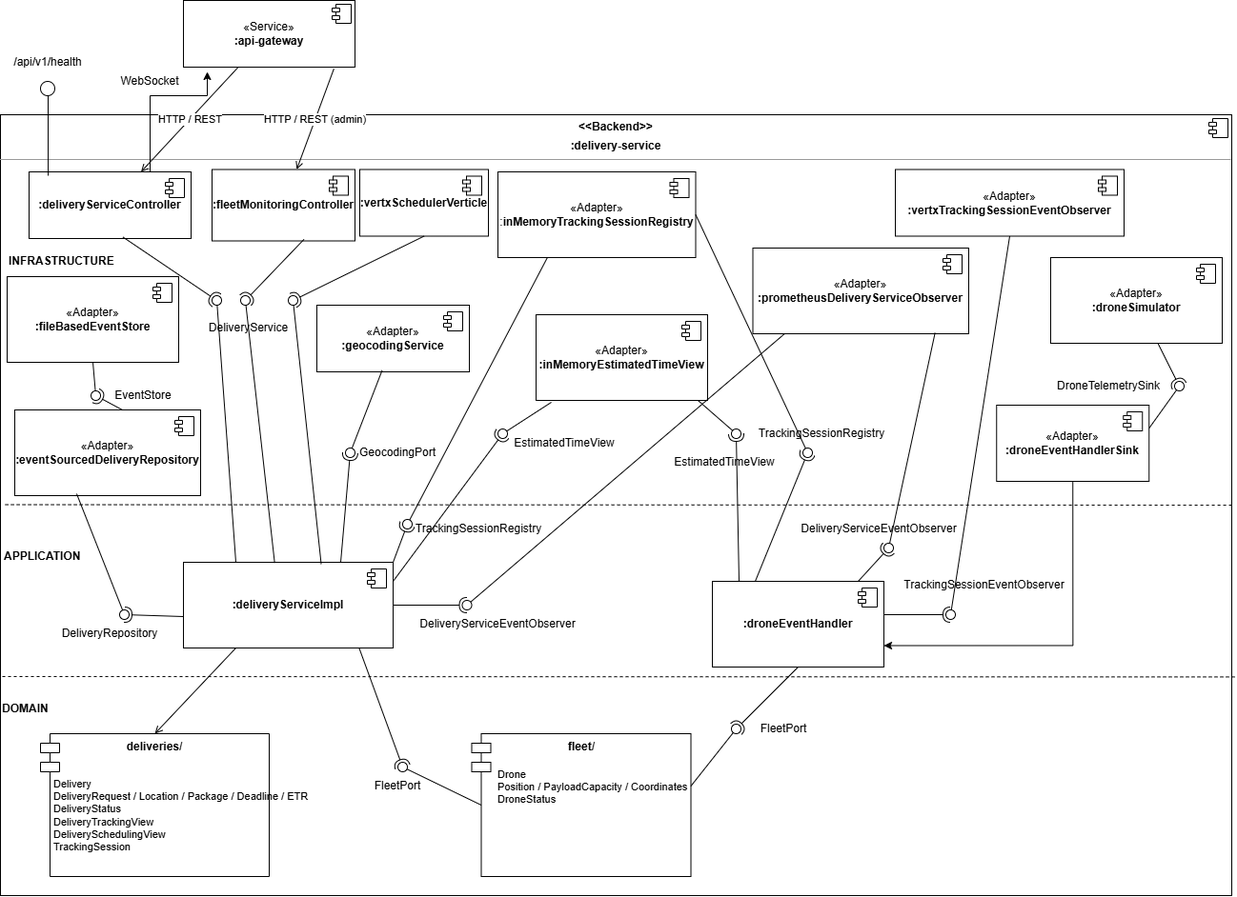
MarcoMoro10/SAP-Assignment2 keeps this draw.io diagram as doc/delivery_service_v2.drawio.png. Above is the earlier version. Source tidied: cells renumbered, new cells last; positions are measured from the earlier drawing's top-left corner, leaving out a move shared by most shapes.
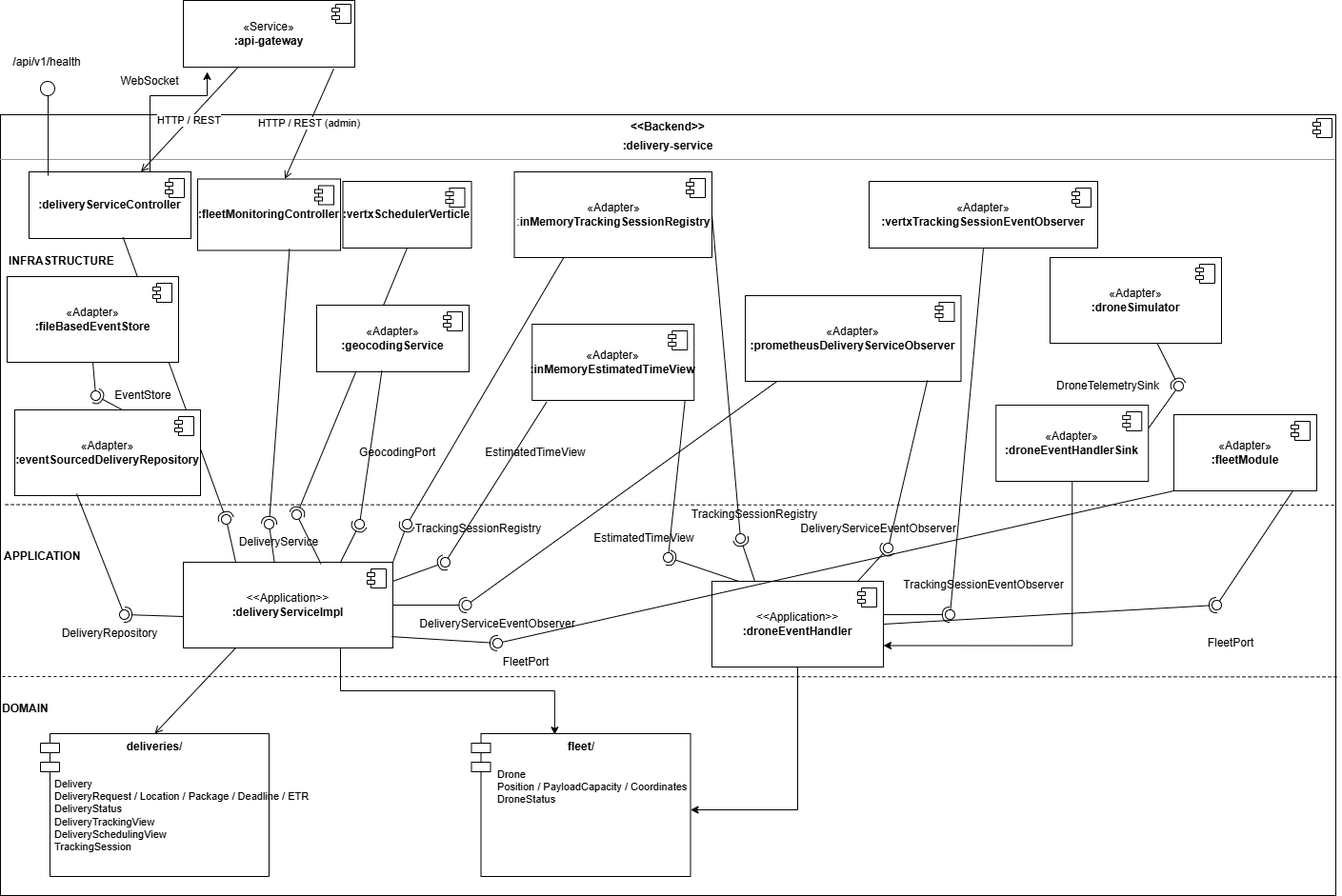
Later version of the same file.

What changed in the source:
```diff
@@ -11,7 +11,7 @@
       </mxGeometry>
     </mxCell>
     <mxCell id="4" value="&lt;p style=&quot;margin:0px;margin-top:6px;text-align:center;&quot;&gt;&lt;b&gt;&amp;lt;&amp;lt;Backend&amp;gt;&amp;gt;&lt;/b&gt;&lt;/p&gt;&lt;p style=&quot;margin:0px;margin-top:6px;text-align:center;&quot;&gt;&lt;b&gt;:delivery-service&lt;/b&gt;&lt;/p&gt;&lt;hr size=&quot;1&quot;&gt;" style="align=left;overflow=fill;html=1;whiteSpace=wrap;verticalAlign=top;" parent="1" vertex="1">
-      <mxGeometry y="120" width="1292" height="820" as="geometry" />
+      <mxGeometry y="120" width="1402" height="820" as="geometry" />
     </mxCell>
     <mxCell id="5" style="shape=component;jettyWidth=8;jettyHeight=4;" parent="4" vertex="1">
       <mxGeometry x="1" width="20" height="20" relative="1" as="geometry">
@@ -46,7 +46,7 @@
       </mxGeometry>
     </mxCell>
     <mxCell id="13" value="&lt;b&gt;:fleetMonitoringController&lt;/b&gt;" style="html=1;whiteSpace=wrap;fontColor=#000000;" parent="1" vertex="1">
-      <mxGeometry x="222" y="177.5" width="150" height="75" as="geometry" />
+      <mxGeometry x="207" y="187.5" width="150" height="75" as="geometry" />
     </mxCell>
     <mxCell id="14" style="shape=module;jettyWidth=8;jettyHeight=4;" parent="13" vertex="1">
       <mxGeometry x="1" width="20" height="20" relative="1" as="geometry">
@@ -54,7 +54,7 @@
       </mxGeometry>
     </mxCell>
     <mxCell id="15" value="&lt;b&gt;:vertxSchedulerVerticle&lt;/b&gt;" style="html=1;whiteSpace=wrap;fontColor=#000000;" parent="1" vertex="1">
-      <mxGeometry x="377" y="177.5" width="135" height="70" as="geometry" />
+      <mxGeometry x="359.5" y="190" width="135" height="70" as="geometry" />
     </mxCell>
     <mxCell id="16" style="shape=module;jettyWidth=8;jettyHeight=4;" parent="15" vertex="1">
       <mxGeometry x="1" width="20" height="20" relative="1" as="geometry">
@@ -62,14 +62,14 @@
       </mxGeometry>
     </mxCell>
     <mxCell id="17" value="«Adapter»&lt;br&gt;&lt;b&gt;:vertxTrackingSessionEventObserver&lt;/b&gt;" style="html=1;whiteSpace=wrap;fontColor=#000000;" parent="1" vertex="1">
-      <mxGeometry x="939" y="177.5" width="240" height="70" as="geometry" />
+      <mxGeometry x="912" y="190" width="240" height="70" as="geometry" />
     </mxCell>
     <mxCell id="18" style="shape=module;jettyWidth=8;jettyHeight=4;" parent="17" vertex="1">
       <mxGeometry x="1" width="20" height="20" relative="1" as="geometry">
         <mxPoint x="-27" y="7" as="offset" />
       </mxGeometry>
     </mxCell>
-    <mxCell id="19" value="&lt;b&gt;:deliveryServiceImpl&lt;/b&gt;" style="html=1;whiteSpace=wrap;fontColor=#000000;" parent="1" vertex="1">
+    <mxCell id="19" value="&lt;div&gt;&amp;lt;&amp;lt;Application&amp;gt;&amp;gt;&lt;/div&gt;&lt;b&gt;:deliveryServiceImpl&lt;/b&gt;" style="html=1;whiteSpace=wrap;fontColor=#000000;" parent="1" vertex="1">
       <mxGeometry x="192" y="590" width="220" height="90" as="geometry" />
     </mxCell>
     <mxCell id="20" style="shape=module;jettyWidth=8;jettyHeight=4;" parent="19" vertex="1">
@@ -87,7 +87,7 @@
       <mxGeometry x="577" y="630" width="10" height="10" as="geometry" />
     </mxCell>
     <mxCell id="24" value="DeliveryService" style="text;html=1;align=center;" parent="1" vertex="1">
-      <mxGeometry x="200" y="330" width="120" height="30" as="geometry" />
+      <mxGeometry x="232" y="555" width="120" height="30" as="geometry" />
     </mxCell>
     <mxCell id="25" value="TrackingSessionEventObserver" style="text;html=1;align=center;" parent="1" vertex="1">
       <mxGeometry x="937" y="600" width="190" height="20" as="geometry" />
@@ -135,7 +135,7 @@
       <mxGeometry relative="1" as="geometry" />
     </mxCell>
     <mxCell id="40" style="ellipse;whiteSpace=wrap;html=1;align=center;fillColor=none;strokeColor=none;perimeter=centerPerimeter;points=[];outlineConnect=1;" parent="1" vertex="1">
-      <mxGeometry x="222" y="310" width="10" height="10" as="geometry" />
+      <mxGeometry x="232" y="540" width="10" height="10" as="geometry" />
     </mxCell>
     <mxCell id="41" style="rounded=0;jettySize=auto;html=1;endArrow=halfCircle;endFill=0;endSize=6;strokeWidth=1;sketch=0;exitX=0.643;exitY=0.979;exitDx=0;exitDy=0;exitPerimeter=0;" parent="1" edge="1" source="13" target="43">
       <mxGeometry relative="1" as="geometry" />
@@ -144,7 +144,7 @@
       <mxGeometry relative="1" as="geometry" />
     </mxCell>
     <mxCell id="43" style="ellipse;whiteSpace=wrap;html=1;align=center;fillColor=none;strokeColor=none;perimeter=centerPerimeter;points=[];outlineConnect=1;" parent="1" vertex="1">
-      <mxGeometry x="252" y="310" width="10" height="10" as="geometry" />
+      <mxGeometry x="277" y="545" width="10" height="10" as="geometry" />
     </mxCell>
     <mxCell id="44" style="rounded=0;jettySize=auto;html=1;endArrow=halfCircle;endFill=0;endSize=6;strokeWidth=1;sketch=0;exitX=0.5;exitY=1;exitDx=0;exitDy=0;" parent="1" edge="1" source="15" target="46">
       <mxGeometry relative="1" as="geometry" />
@@ -153,7 +153,7 @@
       <mxGeometry relative="1" as="geometry" />
     </mxCell>
     <mxCell id="46" style="ellipse;whiteSpace=wrap;html=1;align=center;fillColor=none;strokeColor=none;perimeter=centerPerimeter;points=[];outlineConnect=1;" parent="1" vertex="1">
-      <mxGeometry x="302" y="310" width="10" height="10" as="geometry" />
+      <mxGeometry x="306" y="535" width="10" height="10" as="geometry" />
     </mxCell>
     <mxCell id="47" value="«Adapter»&lt;br&gt;&lt;b&gt;:geocodingService&lt;/b&gt;" style="html=1;whiteSpace=wrap;" parent="1" vertex="1">
       <mxGeometry x="332" y="320" width="160" height="70" as="geometry" />
@@ -170,13 +170,13 @@
       <mxGeometry relative="1" as="geometry" />
     </mxCell>
     <mxCell id="51" style="ellipse;whiteSpace=wrap;html=1;align=center;fillColor=none;strokeColor=none;perimeter=centerPerimeter;points=[];outlineConnect=1;" parent="1" vertex="1">
-      <mxGeometry x="362" y="470" width="10" height="10" as="geometry" />
+      <mxGeometry x="372" y="545" width="10" height="10" as="geometry" />
     </mxCell>
     <mxCell id="52" value="GeocodingPort" style="text;html=1;whiteSpace=wrap;strokeColor=none;fillColor=none;align=center;verticalAlign=middle;rounded=0;" parent="1" vertex="1">
       <mxGeometry x="387" y="460" width="60" height="30" as="geometry" />
     </mxCell>
     <mxCell id="53" value="«Adapter»&lt;br&gt;:&lt;b&gt;inMemoryTrackingSessionRegistry&lt;/b&gt;" style="html=1;whiteSpace=wrap;" parent="1" vertex="1">
-      <mxGeometry x="522" y="180" width="207.5" height="90" as="geometry" />
+      <mxGeometry x="539.5" y="180" width="207.5" height="90" as="geometry" />
     </mxCell>
     <mxCell id="54" style="shape=module;jettyWidth=8;jettyHeight=4;" parent="53" vertex="1">
       <mxGeometry x="1" width="20" height="20" relative="1" as="geometry">
@@ -195,7 +195,10 @@
     <mxCell id="58" value="TrackingSessionRegistry" style="text;html=1;whiteSpace=wrap;strokeColor=none;fillColor=none;align=center;verticalAlign=middle;rounded=0;" parent="1" vertex="1">
       <mxGeometry x="472" y="540" width="60" height="30" as="geometry" />
     </mxCell>
+    <mxCell id="120" style="edgeStyle=orthogonalEdgeStyle;rounded=0;jettySize=auto;html=1;exitX=0.5;exitY=1;exitDx=0;exitDy=0;entryX=1;entryY=0.5;entryDx=0;entryDy=0;" parent="1" edge="1" source="59" target="29">
+      <mxGeometry relative="1" as="geometry" />
+    </mxCell>
-    <mxCell id="59" value="&lt;b&gt;:droneEventHandler&lt;/b&gt;" style="html=1;whiteSpace=wrap;" parent="1" vertex="1">
+    <mxCell id="59" value="&lt;div&gt;&amp;lt;&amp;lt;Application&amp;gt;&amp;gt;&lt;/div&gt;&lt;b&gt;:droneEventHandler&lt;/b&gt;" style="html=1;whiteSpace=wrap;" parent="1" vertex="1">
       <mxGeometry x="747" y="610" width="180" height="90" as="geometry" />
     </mxCell>
     <mxCell id="60" style="shape=module;jettyWidth=8;jettyHeight=4;" parent="59" vertex="1">
@@ -213,22 +216,22 @@
       <mxGeometry relative="1" as="geometry" />
     </mxCell>
     <mxCell id="64" style="ellipse;whiteSpace=wrap;html=1;align=center;fillColor=none;strokeColor=none;perimeter=centerPerimeter;points=[];outlineConnect=1;" parent="1" vertex="1">
-      <mxGeometry x="842" y="470" width="10" height="10" as="geometry" />
+      <mxGeometry x="772" y="560" width="10" height="10" as="geometry" />
     </mxCell>
     <mxCell id="65" value="TrackingSessionRegistry" style="text;html=1;whiteSpace=wrap;strokeColor=none;fillColor=none;align=center;verticalAlign=middle;rounded=0;" parent="1" vertex="1">
-      <mxGeometry x="832" y="440" width="60" height="30" as="geometry" />
+      <mxGeometry x="762" y="525" width="60" height="30" as="geometry" />
     </mxCell>
-    <mxCell id="66" style="rounded=0;jettySize=auto;html=1;endArrow=halfCircle;endFill=0;endSize=6;strokeWidth=1;sketch=0;exitX=0.5;exitY=1;exitDx=0;exitDy=0;" parent="1" edge="1" source="59" target="68">
+    <mxCell id="66" style="rounded=0;jettySize=auto;html=1;endArrow=halfCircle;endFill=0;endSize=6;strokeWidth=1;sketch=0;exitX=1;exitY=0.5;exitDx=0;exitDy=0;" parent="1" edge="1" source="59" target="68">
       <mxGeometry relative="1" as="geometry" />
     </mxCell>
-    <mxCell id="67" style="rounded=0;jettySize=auto;html=1;endArrow=oval;endFill=0;sketch=0;sourcePerimeterSpacing=0;targetPerimeterSpacing=0;endSize=10;exitX=1;exitY=0.25;exitDx=0;exitDy=0;" parent="1" edge="1" source="29" target="68">
+    <mxCell id="67" style="rounded=0;jettySize=auto;html=1;endArrow=oval;endFill=0;sketch=0;sourcePerimeterSpacing=0;targetPerimeterSpacing=0;endSize=10;exitX=0.833;exitY=1;exitDx=0;exitDy=0;exitPerimeter=0;" parent="1" edge="1" source="121" target="68">
       <mxGeometry relative="1" as="geometry" />
     </mxCell>
     <mxCell id="68" style="ellipse;whiteSpace=wrap;html=1;align=center;fillColor=none;strokeColor=none;perimeter=centerPerimeter;points=[];outlineConnect=1;" parent="1" vertex="1">
-      <mxGeometry x="767" y="760" width="10" height="10" as="geometry" />
+      <mxGeometry x="1272" y="630" width="10" height="10" as="geometry" />
     </mxCell>
     <mxCell id="69" value="FleetPort" style="text;html=1;whiteSpace=wrap;strokeColor=none;fillColor=none;align=center;verticalAlign=middle;rounded=0;" parent="1" vertex="1">
-      <mxGeometry x="792" y="750" width="60" height="30" as="geometry" />
+      <mxGeometry x="1262" y="660" width="60" height="30" as="geometry" />
     </mxCell>
     <mxCell id="70" style="rounded=0;jettySize=auto;html=1;endArrow=halfCircle;endFill=0;endSize=6;strokeWidth=1;sketch=0;" parent="1" edge="1" source="118" target="72">
       <mxGeometry relative="1" as="geometry" />
@@ -253,17 +256,17 @@
     <mxCell id="75" value="WebSocket" style="text;html=1;whiteSpace=wrap;strokeColor=none;fillColor=none;align=center;verticalAlign=middle;rounded=0;" parent="1" vertex="1">
       <mxGeometry x="127" y="70" width="60" height="30" as="geometry" />
     </mxCell>
-    <mxCell id="76" style="rounded=0;jettySize=auto;html=1;endArrow=halfCircle;endFill=0;endSize=6;strokeWidth=1;sketch=0;exitX=0.839;exitY=1.007;exitDx=0;exitDy=0;exitPerimeter=0;" parent="1" edge="1" source="19" target="78">
+    <mxCell id="76" style="rounded=0;jettySize=auto;html=1;endArrow=halfCircle;endFill=0;endSize=6;strokeWidth=1;sketch=0;exitX=0.994;exitY=0.868;exitDx=0;exitDy=0;exitPerimeter=0;" parent="1" edge="1" source="19" target="78">
       <mxGeometry relative="1" as="geometry" />
     </mxCell>
-    <mxCell id="77" style="rounded=0;jettySize=auto;html=1;endArrow=oval;endFill=0;sketch=0;sourcePerimeterSpacing=0;targetPerimeterSpacing=0;endSize=10;exitX=0;exitY=0.5;exitDx=10;exitDy=0;exitPerimeter=0;" parent="1" edge="1" source="28" target="78">
+    <mxCell id="77" style="rounded=0;jettySize=auto;html=1;endArrow=oval;endFill=0;sketch=0;sourcePerimeterSpacing=0;targetPerimeterSpacing=0;endSize=10;exitX=0;exitY=1;exitDx=0;exitDy=0;" parent="1" edge="1" source="121" target="78">
       <mxGeometry relative="1" as="geometry" />
     </mxCell>
     <mxCell id="78" style="ellipse;whiteSpace=wrap;html=1;align=center;fillColor=none;strokeColor=none;perimeter=centerPerimeter;points=[];outlineConnect=1;" parent="1" vertex="1">
-      <mxGeometry x="417" y="800" width="10" height="10" as="geometry" />
+      <mxGeometry x="517" y="670" width="10" height="10" as="geometry" />
     </mxCell>
     <mxCell id="79" value="FleetPort" style="text;html=1;whiteSpace=wrap;strokeColor=none;fillColor=none;align=center;verticalAlign=middle;rounded=0;" parent="1" vertex="1">
-      <mxGeometry x="387" y="810" width="60" height="30" as="geometry" />
+      <mxGeometry x="522" y="680" width="60" height="30" as="geometry" />
     </mxCell>
     <mxCell id="80" value="«Adapter»&lt;br&gt;&lt;b&gt;:eventSourcedDeliveryRepository&lt;/b&gt;" style="html=1;whiteSpace=wrap;" parent="1" vertex="1">
       <mxGeometry x="15" y="430" width="195" height="90" as="geometry" />
@@ -308,7 +311,7 @@
       <mxGeometry x="120" y="400" width="60" height="30" as="geometry" />
     </mxCell>
     <mxCell id="92" value="«Adapter»&lt;br&gt;&lt;b&gt;:inMemoryEstimatedTimeView&lt;/b&gt;" style="html=1;whiteSpace=wrap;" parent="1" vertex="1">
-      <mxGeometry x="562" y="330" width="180" height="90" as="geometry" />
+      <mxGeometry x="558.2" y="340" width="170" height="80" as="geometry" />
     </mxCell>
     <mxCell id="93" style="shape=module;jettyWidth=8;jettyHeight=4;" parent="92" vertex="1">
       <mxGeometry x="1" width="20" height="20" relative="1" as="geometry">
@@ -324,7 +327,7 @@
       <mxGeometry relative="1" as="geometry" />
     </mxCell>
     <mxCell id="96" style="ellipse;whiteSpace=wrap;html=1;align=center;fillColor=none;strokeColor=none;perimeter=centerPerimeter;points=[];outlineConnect=1;" parent="1" vertex="1">
-      <mxGeometry x="522" y="450" width="10" height="10" as="geometry" />
+      <mxGeometry x="462" y="585" width="10" height="10" as="geometry" />
     </mxCell>
     <mxCell id="97" style="rounded=0;jettySize=auto;html=1;endArrow=halfCircle;endFill=0;endSize=6;strokeWidth=1;sketch=0;" parent="1" edge="1" target="99">
       <mxGeometry relative="1" as="geometry">
@@ -335,16 +338,16 @@
       <mxGeometry relative="1" as="geometry" />
     </mxCell>
     <mxCell id="99" style="ellipse;whiteSpace=wrap;html=1;align=center;fillColor=none;strokeColor=none;perimeter=centerPerimeter;points=[];outlineConnect=1;" parent="1" vertex="1">
-      <mxGeometry x="767" y="450" width="10" height="10" as="geometry" />
+      <mxGeometry x="696" y="580" width="10" height="10" as="geometry" />
     </mxCell>
     <mxCell id="100" value="EstimatedTimeView" style="text;html=1;whiteSpace=wrap;strokeColor=none;fillColor=none;align=center;verticalAlign=middle;rounded=0;" parent="1" vertex="1">
-      <mxGeometry x="562" y="450" width="60" height="30" as="geometry" />
+      <mxGeometry x="532" y="460" width="60" height="30" as="geometry" />
     </mxCell>
     <mxCell id="101" value="EstimatedTimeView" style="text;html=1;whiteSpace=wrap;strokeColor=none;fillColor=none;align=center;verticalAlign=middle;rounded=0;" parent="1" vertex="1">
-      <mxGeometry x="729.5" y="470" width="60" height="30" as="geometry" />
+      <mxGeometry x="646" y="550" width="60" height="30" as="geometry" />
     </mxCell>
     <mxCell id="102" value="«Adapter»&lt;br&gt;&lt;b&gt;:prometheusDeliveryServiceObserver&lt;/b&gt;" style="html=1;whiteSpace=wrap;" parent="1" vertex="1">
-      <mxGeometry x="789.5" y="260" width="226.5" height="90" as="geometry" />
+      <mxGeometry x="782" y="310" width="226.5" height="90" as="geometry" />
     </mxCell>
     <mxCell id="103" style="shape=module;jettyWidth=8;jettyHeight=4;" parent="102" vertex="1">
       <mxGeometry x="1" width="20" height="20" relative="1" as="geometry">
@@ -405,5 +408,16 @@
         <mxPoint x="-27" y="7" as="offset" />
       </mxGeometry>
     </mxCell>
+    <mxCell id="121" value="«Adapter»&lt;br&gt;&lt;b&gt;:fleetModule&lt;/b&gt;" style="html=1;whiteSpace=wrap;" parent="1" vertex="1">
+      <mxGeometry x="1232" y="435" width="150" height="80" as="geometry" />
+    </mxCell>
+    <mxCell id="122" style="shape=module;jettyWidth=8;jettyHeight=4;" parent="121" vertex="1">
+      <mxGeometry x="1" width="20" height="20" relative="1" as="geometry">
+        <mxPoint x="-27" y="7" as="offset" />
+      </mxGeometry>
+    </mxCell>
+    <mxCell id="123" style="edgeStyle=orthogonalEdgeStyle;rounded=0;jettySize=auto;html=1;exitX=0.75;exitY=1;exitDx=0;exitDy=0;entryX=0.38;entryY=0.008;entryDx=0;entryDy=0;entryPerimeter=0;" parent="1" edge="1" source="19" target="28">
+      <mxGeometry relative="1" as="geometry" />
+    </mxCell>
   </root>
 </mxGraphModel>
```
